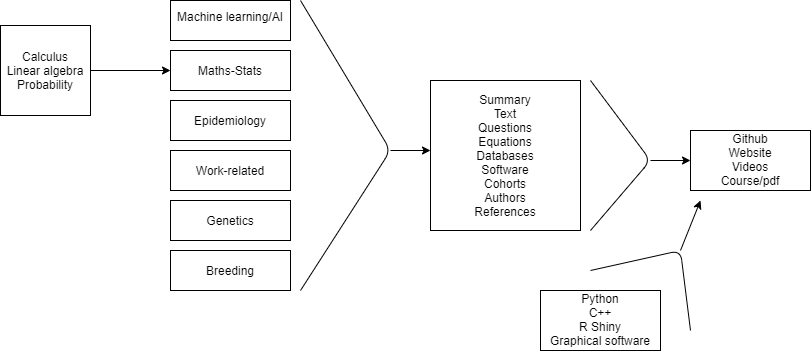
Earlier version of the draw.io export Flowchart.png (AlfredPgen/Flowchart). Source tidied: cells renumbered, new cells last; positions are measured from the earlier drawing's top-left corner, leaving out a move shared by most shapes.
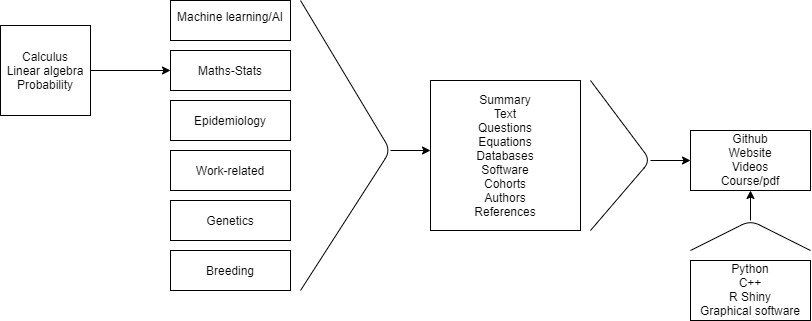
After the change.

Diff of the diagram source:
```diff
@@ -62,21 +62,20 @@
       <mxGeometry x="690" y="130" width="120" height="60" as="geometry" />
     </mxCell>
     <mxCell id="16" value="Python&lt;br&gt;C++&lt;br&gt;R Shiny&lt;br&gt;Graphical software" style="rounded=0;whiteSpace=wrap;html=1;align=center;verticalAlign=bottom;" parent="1" vertex="1">
-      <mxGeometry x="540" y="290" width="120" height="60" as="geometry" />
+      <mxGeometry x="690" y="260" width="120" height="60" as="geometry" />
     </mxCell>
     <mxCell id="17" style="endArrow=none;html=1;" parent="1" edge="1">
       <mxGeometry relative="1" as="geometry">
-        <mxPoint x="690" y="330" as="sourcePoint" />
-        <mxPoint x="590" y="270" as="targetPoint" />
+        <mxPoint x="810" y="250" as="sourcePoint" />
+        <mxPoint x="690" y="250" as="targetPoint" />
         <Array as="points">
-          <mxPoint x="680" y="250" />
+          <mxPoint x="750" y="220" />
         </Array>
       </mxGeometry>
     </mxCell>
-    <mxCell id="18" style="endArrow=classic;html=1;" parent="1" edge="1">
+    <mxCell id="18" style="endArrow=classic;html=1;entryX=0.5;entryY=1;entryDx=0;entryDy=0;" parent="1" edge="1" target="15">
       <mxGeometry relative="1" as="geometry">
-        <mxPoint x="680" y="250" as="sourcePoint" />
-        <mxPoint x="700" y="200" as="targetPoint" />
+        <mxPoint x="750" y="220" as="sourcePoint" />
       </mxGeometry>
     </mxCell>
   </root>
```
